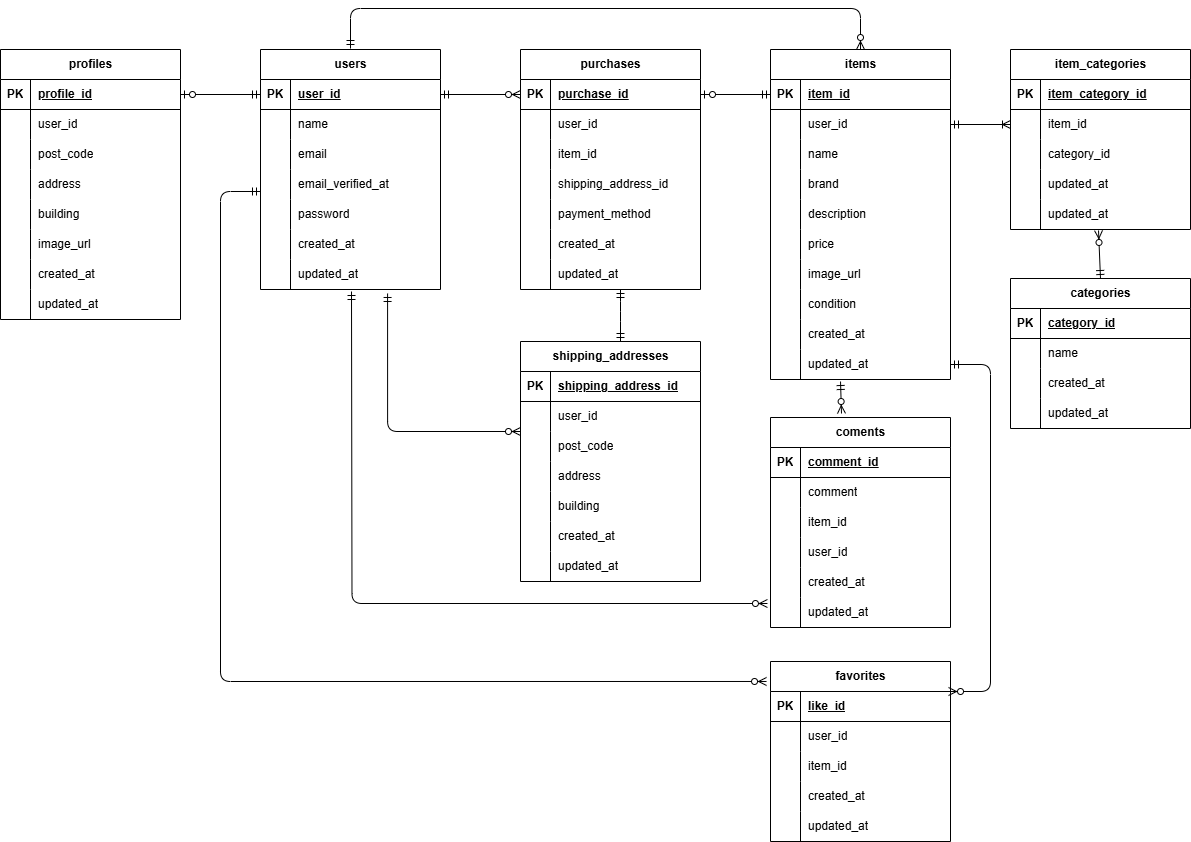
Before: frea_market.drawio.png, a diagram exported from draw.io (yun-0312/flea-market). Source tidied: cells renumbered, new cells last; positions are measured from the earlier drawing's top-left corner, leaving out a move shared by most shapes.
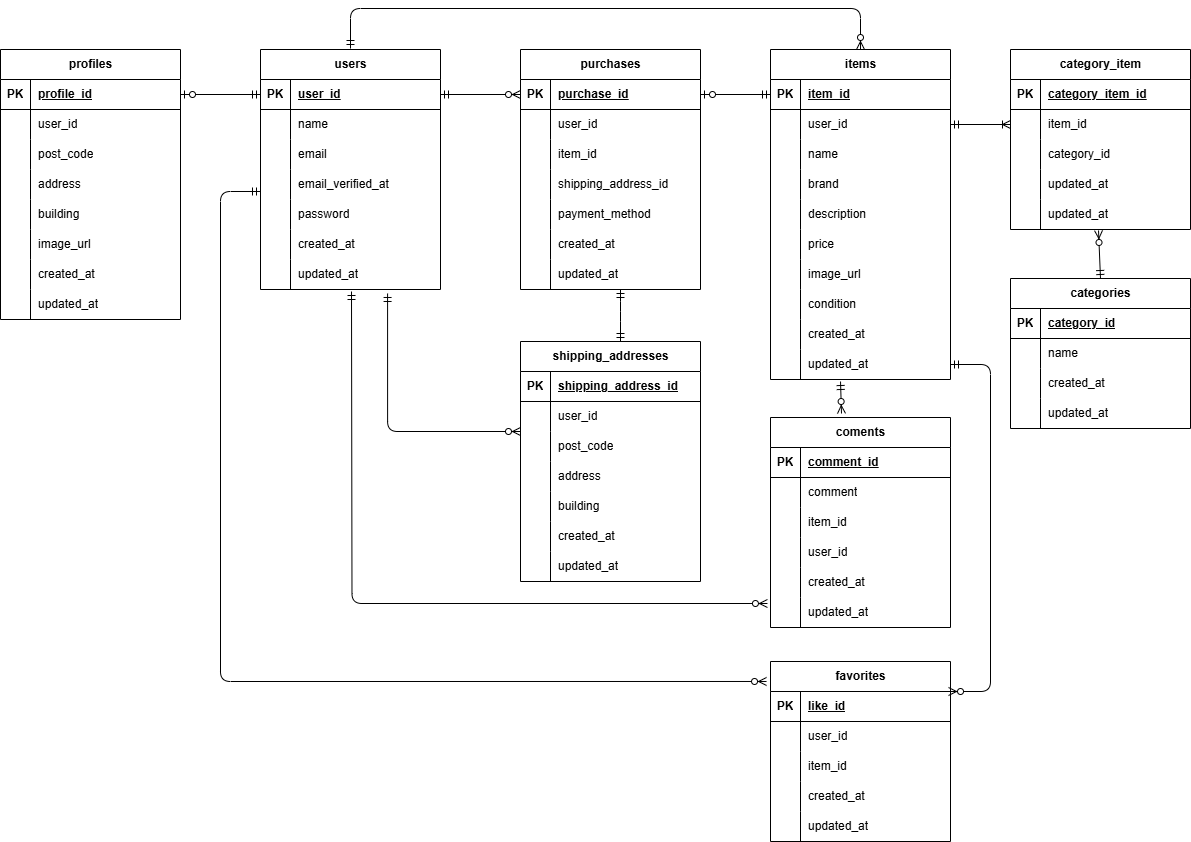
After the change.

The edit, as a diff of the source:
```diff
@@ -2,7 +2,7 @@
   <root>
     <mxCell id="0" />
     <mxCell id="1" parent="0" />
-    <mxCell id="2" value="item_categories" style="shape=table;startSize=30;rowLines=0;fontStyle=1;align=center;html=1;" parent="1" vertex="1">
+    <mxCell id="2" value="category_item" style="shape=table;startSize=30;rowLines=0;fontStyle=1;align=center;html=1;" parent="1" vertex="1">
       <mxGeometry x="1010" y="41" width="180" height="180" as="geometry" />
     </mxCell>
     <mxCell id="3" style="shape=tableRow;horizontal=0;startSize=0;swimlaneHead=0;swimlaneBody=0;fillColor=none;top=0;left=0;right=0;bottom=1;" parent="2" vertex="1">
@@ -11,7 +11,7 @@
     <mxCell id="4" value="PK" style="shape=partialRectangle;fillColor=none;top=0;left=0;bottom=0;right=0;fontStyle=1;overflow=hidden;whiteSpace=wrap;html=1;" parent="3" vertex="1">
       <mxGeometry width="30" height="30" as="geometry" />
     </mxCell>
-    <mxCell id="5" value="item_category_id" style="shape=partialRectangle;fillColor=none;top=0;left=0;bottom=0;right=0;align=left;spacingLeft=6;fontStyle=5;overflow=hidden;whiteSpace=wrap;html=1;" parent="3" vertex="1">
+    <mxCell id="5" value="category_item_id" style="shape=partialRectangle;fillColor=none;top=0;left=0;bottom=0;right=0;align=left;spacingLeft=6;fontStyle=5;overflow=hidden;whiteSpace=wrap;html=1;" parent="3" vertex="1">
       <mxGeometry x="30" width="150" height="30" as="geometry" />
     </mxCell>
     <mxCell id="6" style="shape=tableRow;horizontal=0;startSize=0;swimlaneHead=0;swimlaneBody=0;fillColor=none;points=[[0,0.5],[1,0.5]];portConstraint=eastwest;top=0;left=0;right=0;bottom=0;" parent="2" vertex="1">
```
